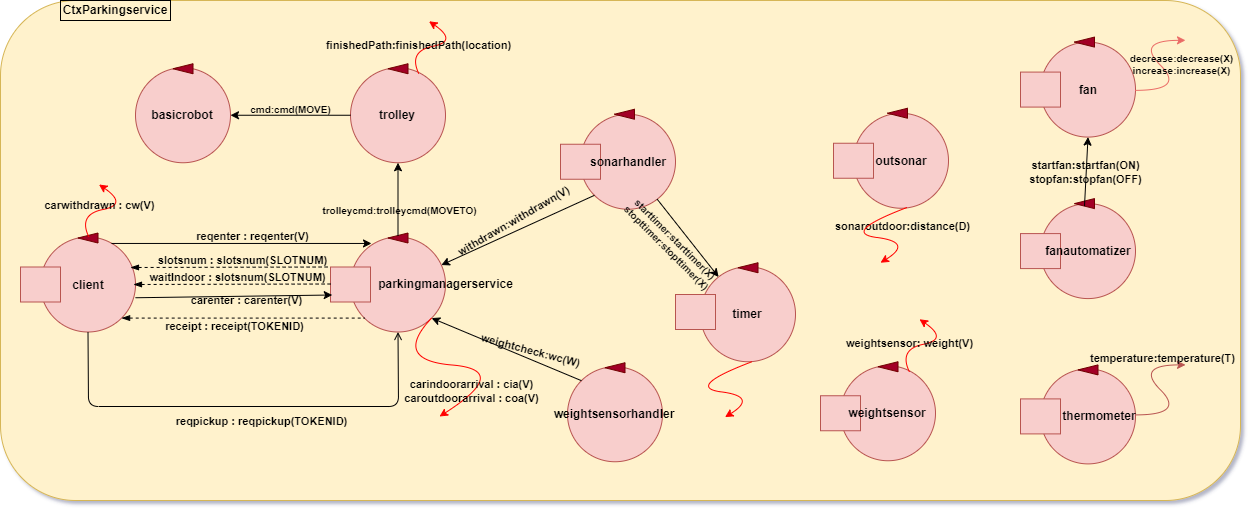
Earlier version of the draw.io export Iss-Project-Sprint3/Sprint3/userDocs/img/logicalArchitecture.png (dbattaglia97/Iss_Project_2021). Source tidied: cells renumbered, new cells last; positions are measured from the earlier drawing's top-left corner, leaving out a move shared by most shapes.
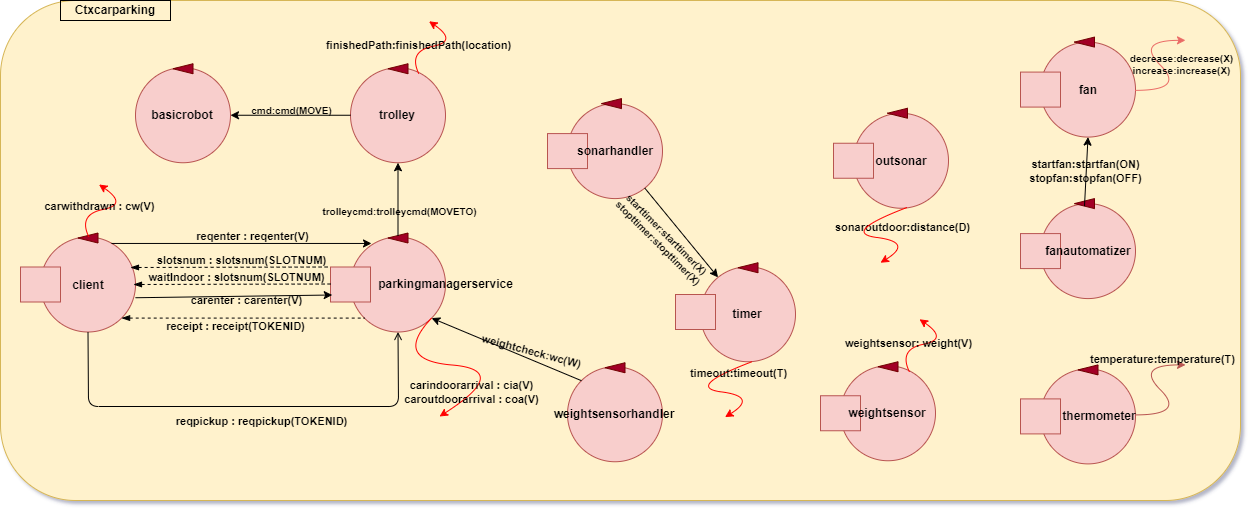
Later version of the same file.

What changed in the source:
```diff
@@ -5,7 +5,7 @@
     <mxCell id="2" style="rounded=1;whiteSpace=wrap;html=1;fillColor=#fff2cc;strokeColor=#d6b656;" parent="1" vertex="1">
       <mxGeometry width="1240" height="500" as="geometry" />
     </mxCell>
-    <mxCell id="3" value="&lt;font color=&quot;#000000&quot;&gt;&lt;b&gt;CtxParkingservice&lt;/b&gt;&lt;/font&gt;" style="text;html=1;align=center;verticalAlign=middle;whiteSpace=wrap;rounded=0;strokeColor=#000000;" parent="1" vertex="1">
+    <mxCell id="3" value="&lt;b&gt;Ctxcarparking&lt;/b&gt;" style="text;html=1;align=center;verticalAlign=middle;whiteSpace=wrap;rounded=0;strokeColor=#000000;" parent="1" vertex="1">
       <mxGeometry x="60" width="110" height="20" as="geometry" />
     </mxCell>
     <mxCell id="4" style="ellipse;whiteSpace=wrap;html=1;fillColor=#f8cecc;strokeColor=#b85450;" parent="1" vertex="1">
@@ -162,16 +162,16 @@
       </mxGeometry>
     </mxCell>
     <mxCell id="38" style="ellipse;whiteSpace=wrap;html=1;fillColor=#f8cecc;strokeColor=#b85450;" parent="1" vertex="1">
-      <mxGeometry x="580" y="113.8" width="95" height="95" as="geometry" />
+      <mxGeometry x="567" y="103.1" width="95" height="95" as="geometry" />
     </mxCell>
     <mxCell id="39" style="rounded=0;whiteSpace=wrap;html=1;fillColor=#f8cecc;strokeColor=#b85450;" parent="1" vertex="1">
-      <mxGeometry x="560" y="143.8" width="40" height="35" as="geometry" />
+      <mxGeometry x="547" y="133.1" width="40" height="35" as="geometry" />
     </mxCell>
     <mxCell id="40" style="triangle;whiteSpace=wrap;html=1;rotation=-180;fillColor=#a20025;strokeColor=#6F0000;fontColor=#ffffff;" parent="1" vertex="1">
-      <mxGeometry x="614" y="108.8" width="20" height="10" as="geometry" />
+      <mxGeometry x="601" y="98.1" width="20" height="10" as="geometry" />
     </mxCell>
     <mxCell id="41" value="&lt;font color=&quot;#000000&quot;&gt;&lt;b&gt;sonarhandler&lt;/b&gt;&lt;/font&gt;" style="text;html=1;strokeColor=none;fillColor=none;align=center;verticalAlign=middle;whiteSpace=wrap;rounded=0;" parent="1" vertex="1">
-      <mxGeometry x="608" y="151.8" width="40" height="20" as="geometry" />
+      <mxGeometry x="595" y="141.1" width="40" height="20" as="geometry" />
     </mxCell>
     <mxCell id="42" style="ellipse;whiteSpace=wrap;html=1;fillColor=#f8cecc;strokeColor=#b85450;" parent="1" vertex="1">
       <mxGeometry x="567" y="366.2" width="95" height="95" as="geometry" />
@@ -190,14 +190,6 @@
         <mxPoint x="15" y="-3" as="offset" />
       </mxGeometry>
     </mxCell>
-    <mxCell id="47" style="endArrow=classic;html=1;rounded=0;exitX=0;exitY=1;exitDx=0;exitDy=0;" parent="1" edge="1" source="38" target="4">
-      <mxGeometry relative="1" as="geometry" />
-    </mxCell>
-    <mxCell id="48" value="&lt;b&gt;withdrawn:withdrawn(V)&lt;/b&gt;" style="edgeLabel;html=1;align=center;verticalAlign=middle;labelBackgroundColor=none;rotation=-30;" parent="47" vertex="1">
-      <mxGeometry x="0.28" relative="1" as="geometry">
-        <mxPoint x="16" y="-19" as="offset" />
-      </mxGeometry>
-    </mxCell>
     <mxCell id="49" style="ellipse;whiteSpace=wrap;html=1;fillColor=#f8cecc;strokeColor=#b85450;" parent="1" vertex="1">
       <mxGeometry x="700" y="266.2" width="95" height="95" as="geometry" />
     </mxCell>
@@ -215,7 +207,7 @@
     </mxCell>
     <mxCell id="54" value="&lt;span style=&quot;font-size: 10px;&quot;&gt;starttimer:starttimer(X)&lt;br style=&quot;font-size: 10px;&quot;&gt;stopttimer:stopttimer(X)&lt;/span&gt;" style="edgeLabel;html=1;align=center;verticalAlign=middle;labelBackgroundColor=none;fontStyle=1;rotation=45;fontSize=10;" parent="53" vertex="1">
       <mxGeometry x="-0.3" y="-1" relative="1" as="geometry">
-        <mxPoint x="-7" y="16" as="offset" />
+        <mxPoint x="-7" y="18" as="offset" />
       </mxGeometry>
     </mxCell>
     <mxCell id="55" style="curved=1;endArrow=classic;html=1;fontColor=#000000;strokeColor=#FF0000;exitX=0;exitY=1;exitDx=0;exitDy=0;entryX=0.84;entryY=0.4;entryDx=0;entryDy=0;entryPerimeter=0;" parent="1" edge="1">
@@ -364,5 +356,8 @@
         <mxPoint x="15" y="-8" as="offset" />
       </mxGeometry>
     </mxCell>
+    <mxCell id="88" value="&lt;b&gt;timeout:timeout(T)&lt;/b&gt;" style="edgeLabel;html=1;align=center;verticalAlign=middle;fontColor=#000000;labelBackgroundColor=none;" parent="1" vertex="1">
+      <mxGeometry x="737.5" y="372.3" as="geometry" />
+    </mxCell>
   </root>
 </mxGraphModel>
```
